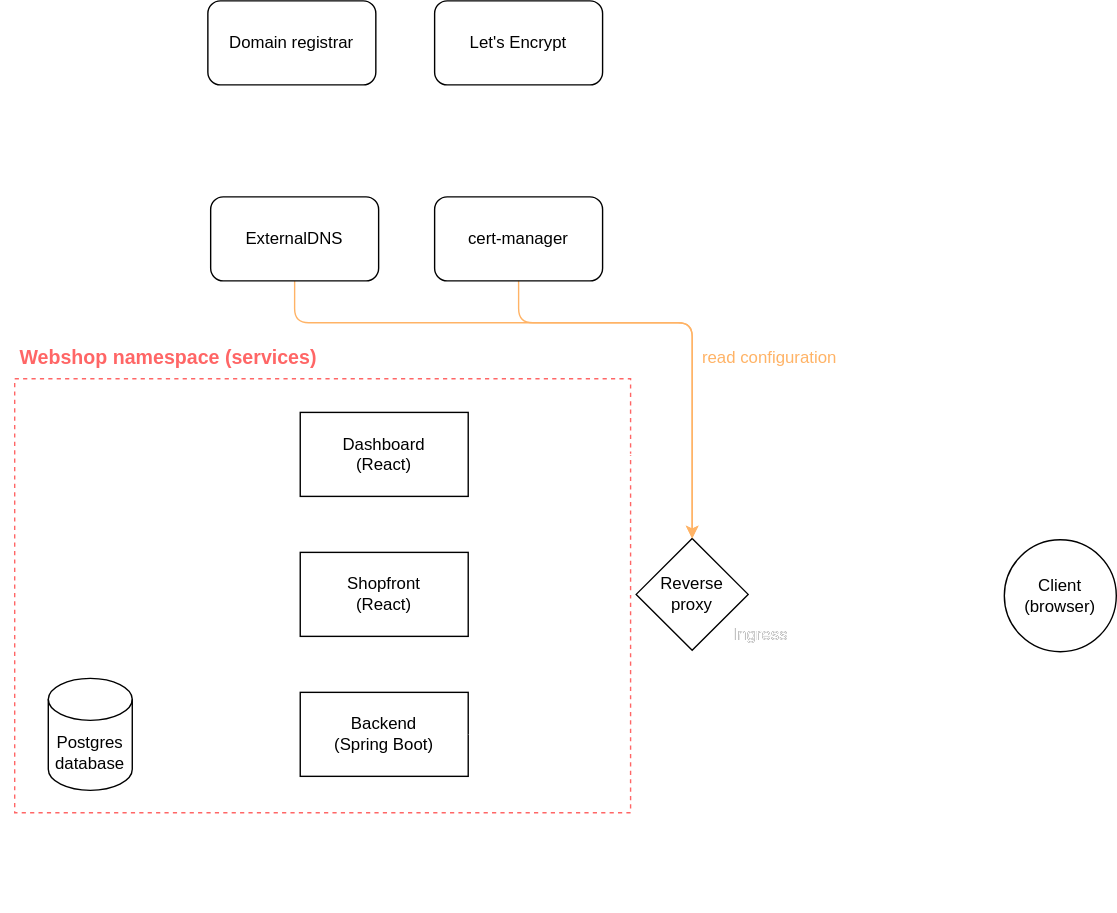
thedatasnok/webshop keeps this draw.io diagram as docs/diagrams/architecture.drawio.svg. Above is the earlier version. Source tidied: cells renumbered, new cells last; positions are measured from the earlier drawing's top-left corner, leaving out a move shared by most shapes.
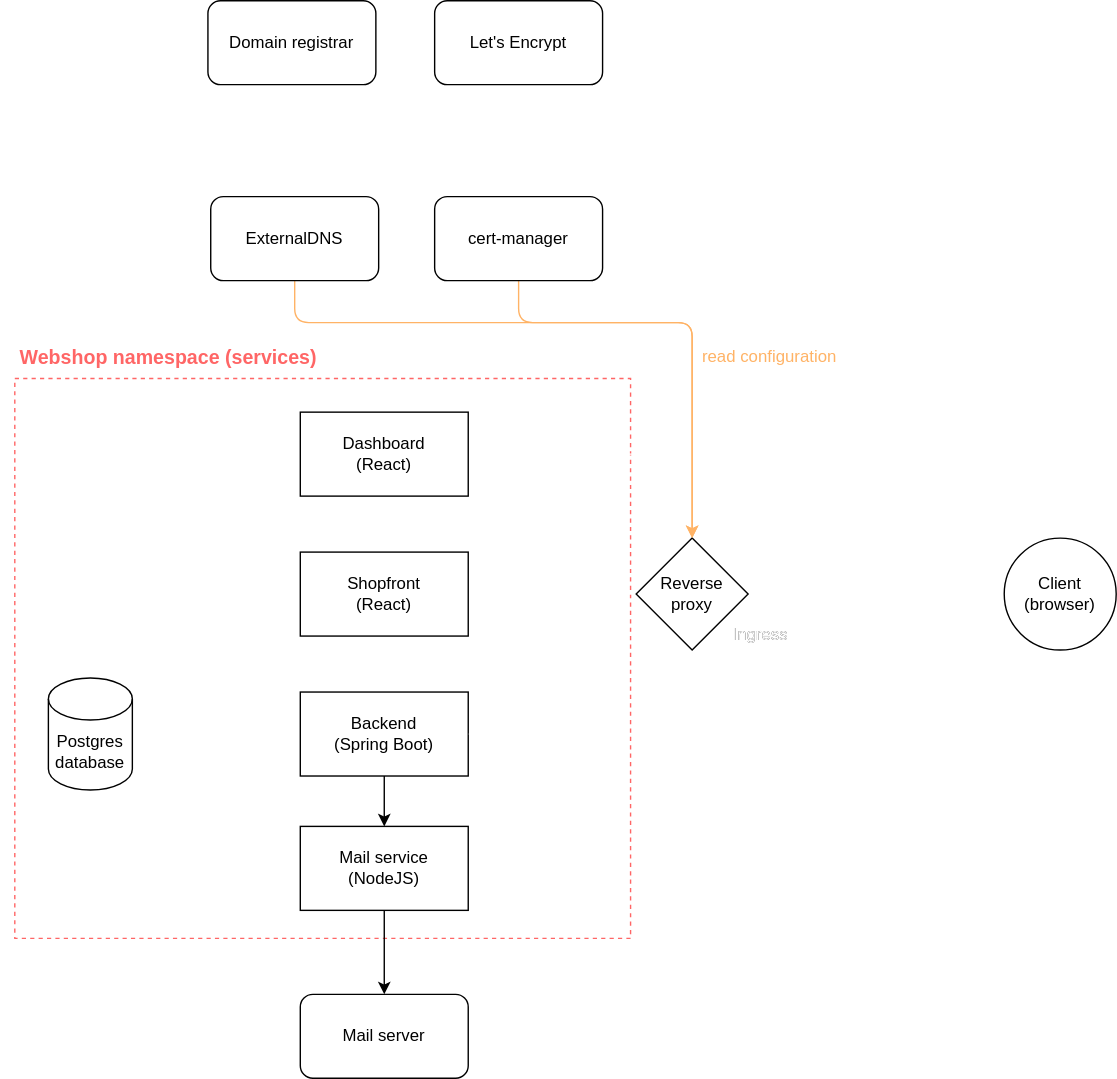
After the commit.

Commit message:
docs: update architectural diagram

What changed in the source:
```diff
@@ -3,14 +3,17 @@
     <mxCell id="0" />
     <mxCell id="1" parent="0" />
     <mxCell id="2" style="rounded=0;whiteSpace=wrap;html=1;fillColor=none;dashed=1;fontColor=#FFFFFF;strokeColor=#FFFFFF;" parent="1" vertex="1">
-      <mxGeometry y="110" width="650" height="540" as="geometry" />
+      <mxGeometry y="110" width="650" height="580" as="geometry" />
     </mxCell>
     <mxCell id="3" style="rounded=0;whiteSpace=wrap;html=1;fillColor=none;dashed=1;strokeColor=#FF6666;" parent="1" vertex="1">
-      <mxGeometry x="10" y="270" width="440" height="310" as="geometry" />
+      <mxGeometry x="10" y="270" width="440" height="400" as="geometry" />
     </mxCell>
     <mxCell id="4" style="edgeStyle=none;html=1;entryX=1;entryY=0.5;entryDx=0;entryDy=0;entryPerimeter=0;fontColor=#FFFFFF;strokeColor=#FFFFFF;" parent="1" edge="1" source="5" target="14">
       <mxGeometry relative="1" as="geometry" />
     </mxCell>
+    <mxCell id="31" style="edgeStyle=none;html=1;entryX=0.5;entryY=0;entryDx=0;entryDy=0;" parent="1" edge="1" source="5" target="32">
+      <mxGeometry relative="1" as="geometry" />
+    </mxCell>
     <mxCell id="5" value="Backend&lt;br&gt;(Spring Boot)" style="rounded=0;whiteSpace=wrap;html=1;" parent="1" vertex="1">
       <mxGeometry x="214" y="494" width="120" height="60" as="geometry" />
     </mxCell>
@@ -18,7 +21,7 @@
       <mxGeometry relative="1" as="geometry" />
     </mxCell>
     <mxCell id="7" value="Client&lt;br&gt;(browser)" style="ellipse;whiteSpace=wrap;html=1;" parent="1" vertex="1">
-      <mxGeometry x="717" y="385" width="80" height="80" as="geometry" />
+      <mxGeometry x="717" y="384" width="80" height="80" as="geometry" />
     </mxCell>
     <mxCell id="8" style="edgeStyle=orthogonalEdgeStyle;html=1;entryX=1;entryY=0.5;entryDx=0;entryDy=0;fontColor=#FFFFFF;strokeColor=#FFFFFF;" parent="1" edge="1" source="11" target="5">
       <mxGeometry relative="1" as="geometry">
@@ -55,7 +58,7 @@
     <mxCell id="16" value="&lt;font style=&quot;font-size: 11px;&quot;&gt;Prefix: /&lt;br&gt;Host: xyz.tld&lt;/font&gt;" style="text;html=1;strokeColor=none;fillColor=none;align=left;verticalAlign=middle;whiteSpace=wrap;rounded=0;fontColor=#FFFFFF;" parent="1" vertex="1">
       <mxGeometry x="344" y="433" width="70" height="30" as="geometry" />
     </mxCell>
-    <mxCell id="17" value="&lt;font style=&quot;font-size: 11px;&quot;&gt;Prefix: /&lt;br&gt;Host: admin.xyz.tld&lt;/font&gt;" style="text;html=1;strokeColor=none;fillColor=none;align=left;verticalAlign=middle;whiteSpace=wrap;rounded=0;fontColor=#FFFFFF;" parent="1" vertex="1">
+    <mxCell id="17" value="&lt;font style=&quot;font-size: 11px;&quot;&gt;Prefix: /admin&lt;br&gt;Host: xyz.tld&lt;/font&gt;" style="text;html=1;strokeColor=none;fillColor=none;align=left;verticalAlign=middle;whiteSpace=wrap;rounded=0;fontColor=#FFFFFF;" parent="1" vertex="1">
       <mxGeometry x="342" y="333" width="108" height="30" as="geometry" />
     </mxCell>
     <mxCell id="18" value="Ingress" style="text;html=1;strokeColor=none;fillColor=none;align=center;verticalAlign=middle;whiteSpace=wrap;rounded=0;" parent="1" vertex="1">
@@ -107,5 +110,14 @@
     <mxCell id="30" value="Ingress" style="text;html=1;strokeColor=none;fillColor=none;align=center;verticalAlign=middle;whiteSpace=wrap;rounded=0;fontColor=#FFFFFF;" parent="1" vertex="1">
       <mxGeometry x="520" y="443" width="45.5" height="20" as="geometry" />
     </mxCell>
+    <mxCell id="32" value="Mail service&lt;br&gt;(NodeJS)" style="rounded=0;whiteSpace=wrap;html=1;" parent="1" vertex="1">
+      <mxGeometry x="214" y="590" width="120" height="60" as="geometry" />
+    </mxCell>
+    <mxCell id="33" value="Mail server" style="rounded=1;whiteSpace=wrap;html=1;" parent="1" vertex="1">
+      <mxGeometry x="214" y="710" width="120" height="60" as="geometry" />
+    </mxCell>
+    <mxCell id="34" style="edgeStyle=none;html=1;exitX=0.5;exitY=1;exitDx=0;exitDy=0;" parent="1" edge="1" source="32" target="33">
+      <mxGeometry relative="1" as="geometry" />
+    </mxCell>
   </root>
 </mxGraphModel>
```
